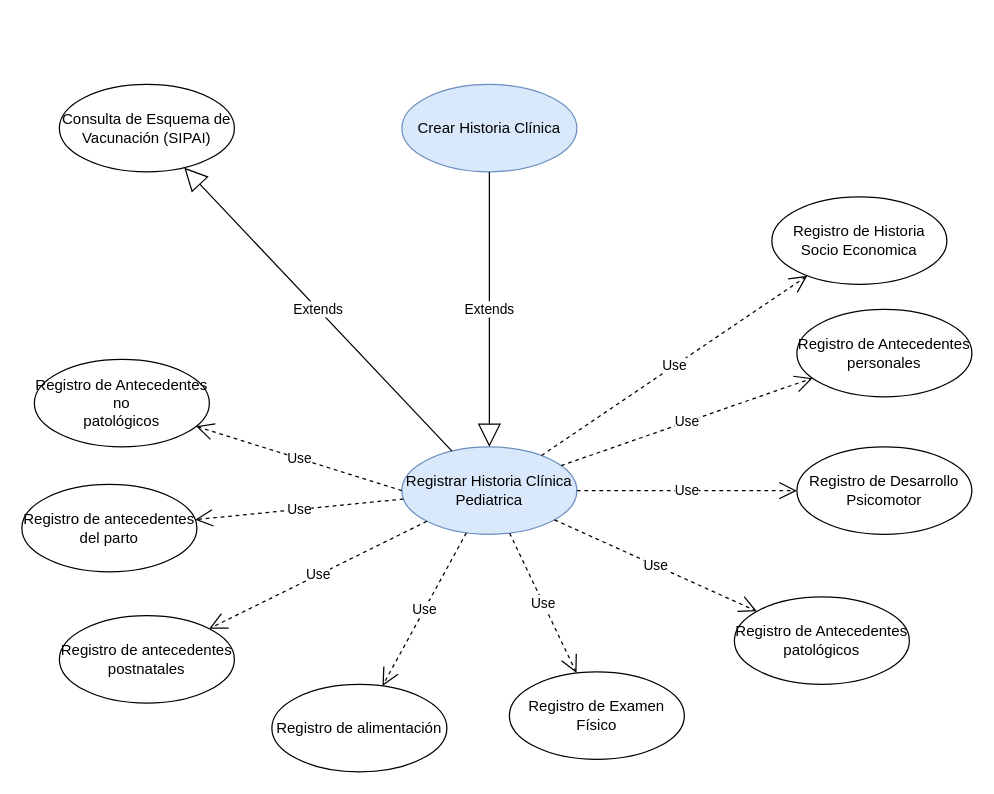
This is page "CU Pediatrica" (5 of 14) of Diagramas de los Módulos.drawio from marguello86/Equipo1_MINSA, a draw.io file, before an edit. Source tidied: cells renumbered, new cells numbered last; positions are measured from the earlier drawing's top-left corner, leaving out a move shared by most shapes. Both pictures are drawn from the tidied source at 125%, with x=0, y=0 at pixel (21, 84).
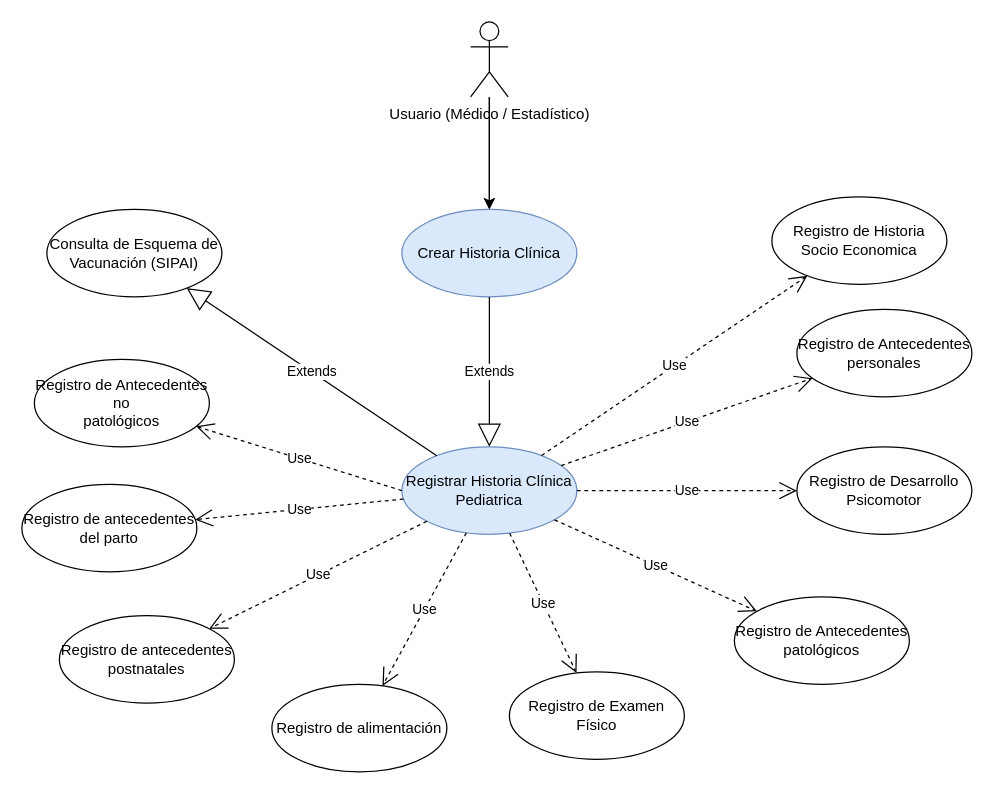
Above is the later version.

Change to the diagram source:
```diff
@@
     <mxCell id="2" value="Crear Historia Clínica" style="ellipse;whiteSpace=wrap;html=1;fillColor=#dae8fc;strokeColor=#6c8ebf;" parent="1" vertex="1">
-      <mxGeometry x="304" width="140" height="70" as="geometry" />
+      <mxGeometry x="304" y="100" width="140" height="70" as="geometry" />
     </mxCell>
@@
     <mxCell id="11" value="Consulta de Esquema de Vacunación (SIPAI)" style="ellipse;whiteSpace=wrap;html=1;" parent="1" vertex="1">
-      <mxGeometry x="30" width="140" height="70" as="geometry" />
+      <mxGeometry x="20" y="100" width="140" height="70" as="geometry" />
     </mxCell>
@@
+    <mxCell id="25" style="edgeStyle=orthogonalEdgeStyle;rounded=0;jettySize=auto;html=1;" parent="1" edge="1" source="27" target="2">
+      <mxGeometry relative="1" as="geometry" />
+    </mxCell>
+    <mxCell id="26" style="edgeStyle=orthogonalEdgeStyle;rounded=0;jettySize=auto;html=1;" parent="1" edge="1" source="27" target="2">
+      <mxGeometry relative="1" as="geometry" />
+    </mxCell>
+    <mxCell id="27" value="Usuario (Médico / Estadístico)" style="shape=umlActor;verticalLabelPosition=bottom;verticalAlign=top;html=1;" parent="1" vertex="1">
+      <mxGeometry x="359" y="-50" width="30" height="60" as="geometry" />
+    </mxCell>
```
